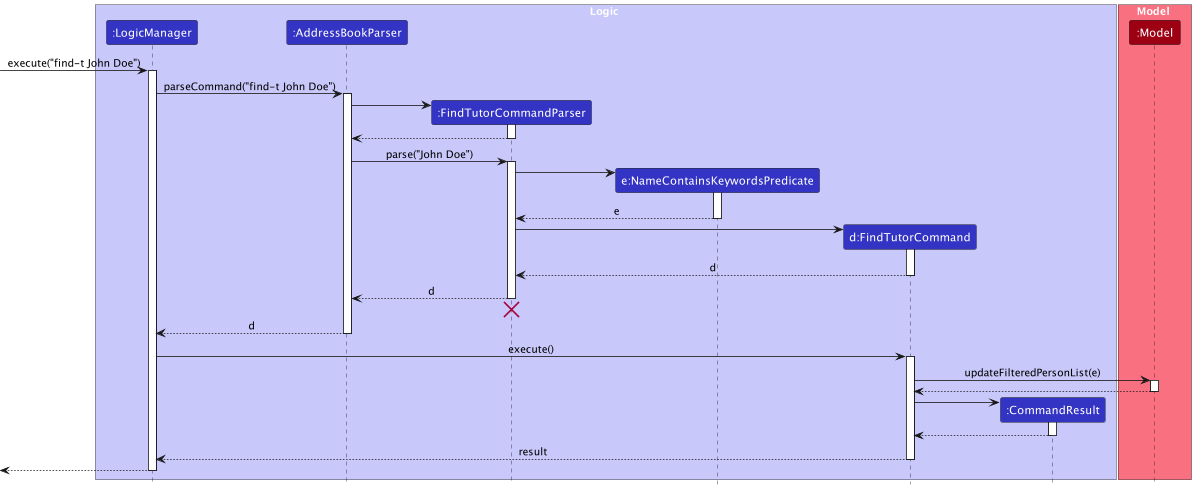
Above: docs/images/FindTutorSequenceDiagram.png in nus-cs2103-AY2324S1/tp (PlantUML), before the change.
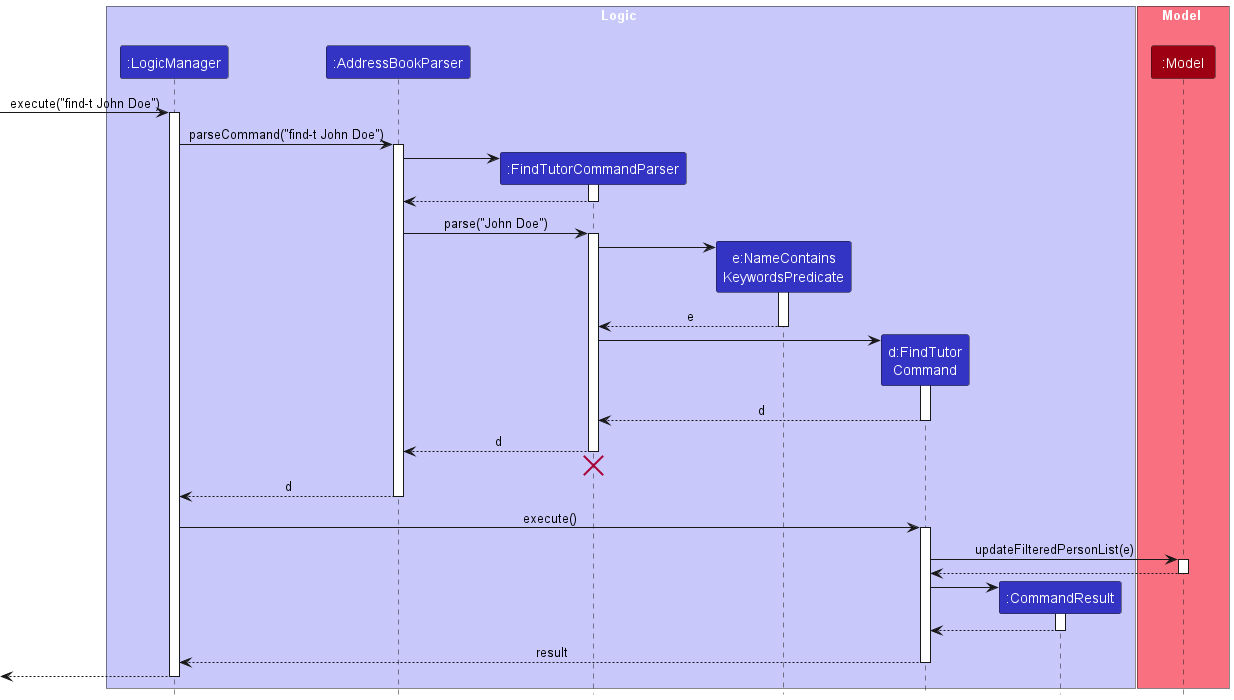
The same file after the commit.

Diff of the diagram source:
```diff
@@ -6,8 +6,8 @@
 participant ":LogicManager" as LogicManager LOGIC_COLOR
 participant ":AddressBookParser" as AddressBookParser LOGIC_COLOR
 participant ":FindTutorCommandParser" as FindTutorCommandParser LOGIC_COLOR
-participant "e:NameContainsKeywordsPredicate" as NameContainsKeywordsPredicate LOGIC_COLOR
-participant "d:FindTutorCommand" as FindTutorCommand LOGIC_COLOR
+participant "e:NameContains\nKeywordsPredicate" as NameContainsKeywordsPredicate LOGIC_COLOR
+participant "d:FindTutor\nCommand" as FindTutorCommand LOGIC_COLOR
 participant ":CommandResult" as CommandResult LOGIC_COLOR
 end box
 
```
